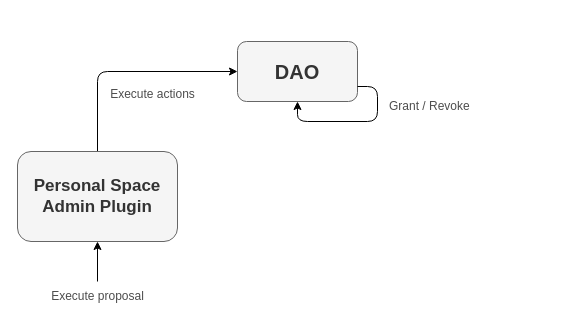
aragon/geo-browser-contracts keeps this draw.io diagram as page "Personal 2" (4 of 8) of img/Geo Diagrams.drawio. Above is the earlier version. Source tidied: cells renumbered, new cells numbered last; positions are measured from the earlier drawing's top-left corner, leaving out a move shared by most shapes. Both pictures are drawn from the tidied source at 100%, with x=0, y=0 at pixel (17, 41).
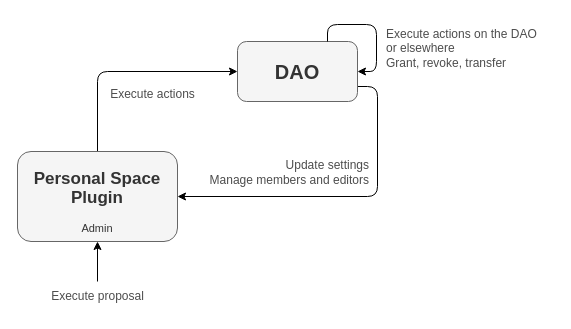
After the change.

Change to the diagram source:
```diff
@@
 <mxGraphModel background="#ffffff">
   <root>
     <mxCell id="0" />
     <mxCell id="1" parent="0" />
+    <mxCell id="10" style="edgeStyle=orthogonalEdgeStyle;rounded=1;jettySize=auto;html=1;exitX=1;exitY=0.75;exitDx=0;exitDy=0;entryX=1;entryY=0.5;entryDx=0;entryDy=0;curved=0;" parent="1" edge="1" source="2" target="4">
+      <mxGeometry relative="1" as="geometry" />
+    </mxCell>
     <mxCell id="2" value="&lt;font style=&quot;font-size: 20px;&quot;&gt;&lt;b&gt;DAO&lt;/b&gt;&lt;/font&gt;" style="rounded=1;whiteSpace=wrap;html=1;fillColor=#f5f5f5;fontColor=#333333;strokeColor=#666666;" parent="1" vertex="1">
       <mxGeometry x="220" width="120" height="60" as="geometry" />
     </mxCell>
     <mxCell id="3" style="edgeStyle=orthogonalEdgeStyle;rounded=1;jettySize=auto;html=1;exitX=0.5;exitY=0;exitDx=0;exitDy=0;entryX=0;entryY=0.5;entryDx=0;entryDy=0;" parent="1" edge="1" source="4" target="2">
       <mxGeometry relative="1" as="geometry" />
     </mxCell>
-    <mxCell id="4" value="&lt;b style=&quot;border-color: var(--border-color); font-size: 17px;&quot;&gt;Personal Space&lt;br style=&quot;border-color: var(--border-color);&quot;&gt;Admin Plugin&lt;/b&gt;&lt;font size=&quot;1&quot; style=&quot;&quot;&gt;&lt;b style=&quot;font-size: 17px;&quot;&gt;&lt;br&gt;&lt;/b&gt;&lt;/font&gt;" style="rounded=1;whiteSpace=wrap;html=1;fillColor=#f5f5f5;fontColor=#333333;strokeColor=#666666;" parent="1" vertex="1">
+    <mxCell id="4" value="&lt;p style=&quot;line-height: 18.24px;&quot;&gt;&lt;b style=&quot;font-size: 17px;&quot;&gt;Personal Space&lt;/b&gt;&lt;br&gt;&lt;b style=&quot;font-size: 17px;&quot;&gt;Plugin&lt;/b&gt;&lt;/p&gt;&lt;div&gt;&lt;font style=&quot;font-size: 11px;&quot;&gt;Admin&lt;/font&gt;&lt;/div&gt;" style="rounded=1;whiteSpace=wrap;html=1;fillColor=#f5f5f5;fontColor=#333333;strokeColor=#666666;" parent="1" vertex="1">
       <mxGeometry y="110" width="160" height="90" as="geometry" />
     </mxCell>
     <mxCell id="5" style="edgeStyle=orthogonalEdgeStyle;rounded=1;jettySize=auto;html=1;entryX=0.5;entryY=1;entryDx=0;entryDy=0;" parent="1" edge="1" source="6" target="4">
       <mxGeometry relative="1" as="geometry" />
     </mxCell>
     <mxCell id="6" value="Execute proposal" style="text;html=1;align=center;verticalAlign=middle;points=[];strokeColor=none;fillColor=none;fontColor=#4d4d4d;" parent="1" vertex="1">
       <mxGeometry x="20" y="240" width="120" height="30" as="geometry" />
     </mxCell>
     <mxCell id="7" value="Execute actions" style="text;html=1;align=center;verticalAlign=middle;strokeColor=none;fillColor=none;fontColor=#4d4d4d;" parent="1" vertex="1">
       <mxGeometry x="80" y="38" width="110" height="30" as="geometry" />
     </mxCell>
-    <mxCell id="8" value="Grant / Revoke" style="text;html=1;align=left;verticalAlign=middle;strokeColor=none;fillColor=none;fontColor=#4d4d4d;" parent="1" vertex="1">
-      <mxGeometry x="370" y="50" width="100" height="30" as="geometry" />
+    <mxCell id="8" value="Execute actions on the DAO&lt;div&gt;or elsewhere&lt;/div&gt;&lt;div&gt;Grant, revoke, transfer&lt;/div&gt;" style="text;html=1;align=left;verticalAlign=middle;strokeColor=none;fillColor=none;fontColor=#4d4d4d;" parent="1" vertex="1">
+      <mxGeometry x="367" y="-21" width="169" height="55" as="geometry" />
     </mxCell>
-    <mxCell id="9" style="edgeStyle=orthogonalEdgeStyle;rounded=1;orthogonalLoop=1;jettySize=auto;html=1;exitX=1;exitY=0.75;exitDx=0;exitDy=0;entryX=0.5;entryY=1;entryDx=0;entryDy=0;curved=0;" parent="1" edge="1" source="2" target="2">
-      <mxGeometry relative="1" as="geometry" />
+    <mxCell id="9" style="edgeStyle=orthogonalEdgeStyle;rounded=1;orthogonalLoop=1;jettySize=auto;html=1;exitX=0.75;exitY=0;exitDx=0;exitDy=0;entryX=1;entryY=0.5;entryDx=0;entryDy=0;curved=0;" parent="1" edge="1" source="2" target="2">
+      <mxGeometry relative="1" as="geometry">
+        <Array as="points">
+          <mxPoint x="310" y="-17" />
+          <mxPoint x="359" y="-17" />
+          <mxPoint x="359" y="30" />
+        </Array>
+      </mxGeometry>
     </mxCell>
+    <mxCell id="11" value="Update settings&lt;div&gt;Manage members and editors&lt;/div&gt;" style="text;html=1;align=right;verticalAlign=middle;strokeColor=none;fillColor=none;fontColor=#4d4d4d;" parent="1" vertex="1">
+      <mxGeometry x="176" y="110" width="177" height="41" as="geometry" />
+    </mxCell>
   </root>
 </mxGraphModel>
```
